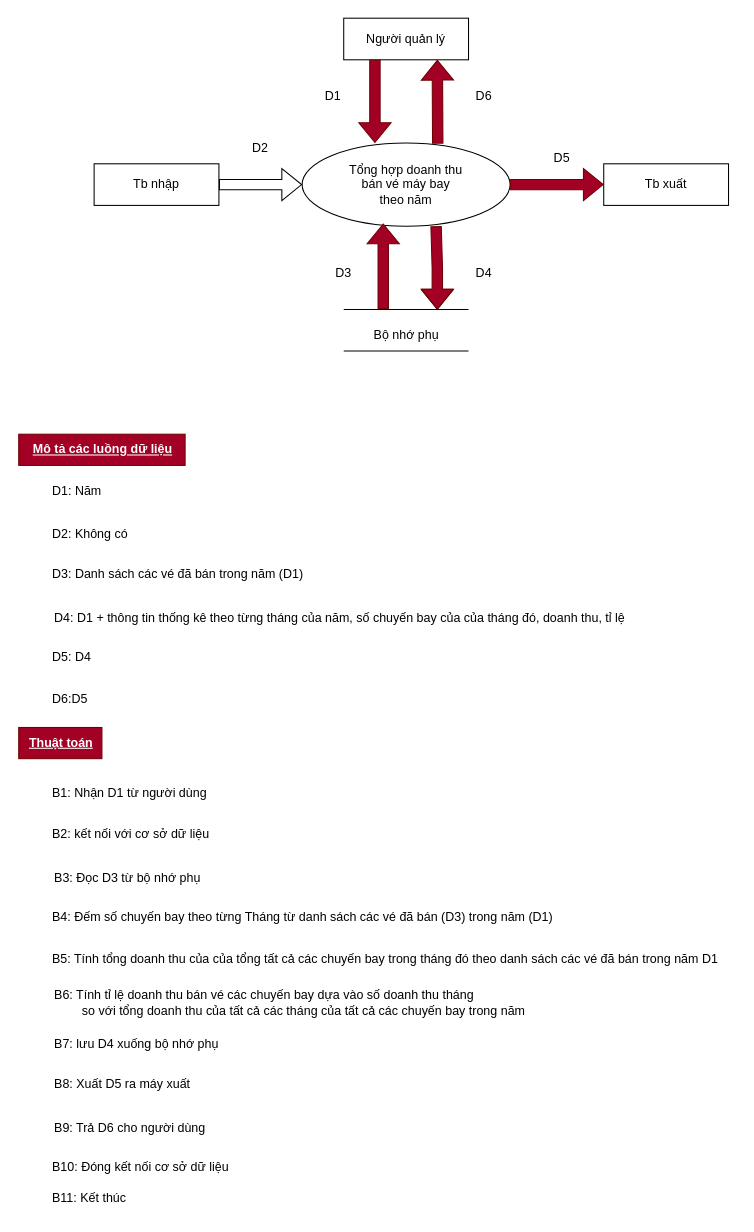
The draw.io diagram DFD/DFD_Drawio/yc5_c2_ket_xuat.drawio in phat9824/Flight_ticket_manegement, before the edit. Source tidied: cells renumbered, new cells numbered last; positions are measured from the earlier drawing's top-left corner, leaving out a move shared by most shapes. Both pictures are drawn from the tidied source at 104%, with x=0, y=0 at pixel (19, 18).
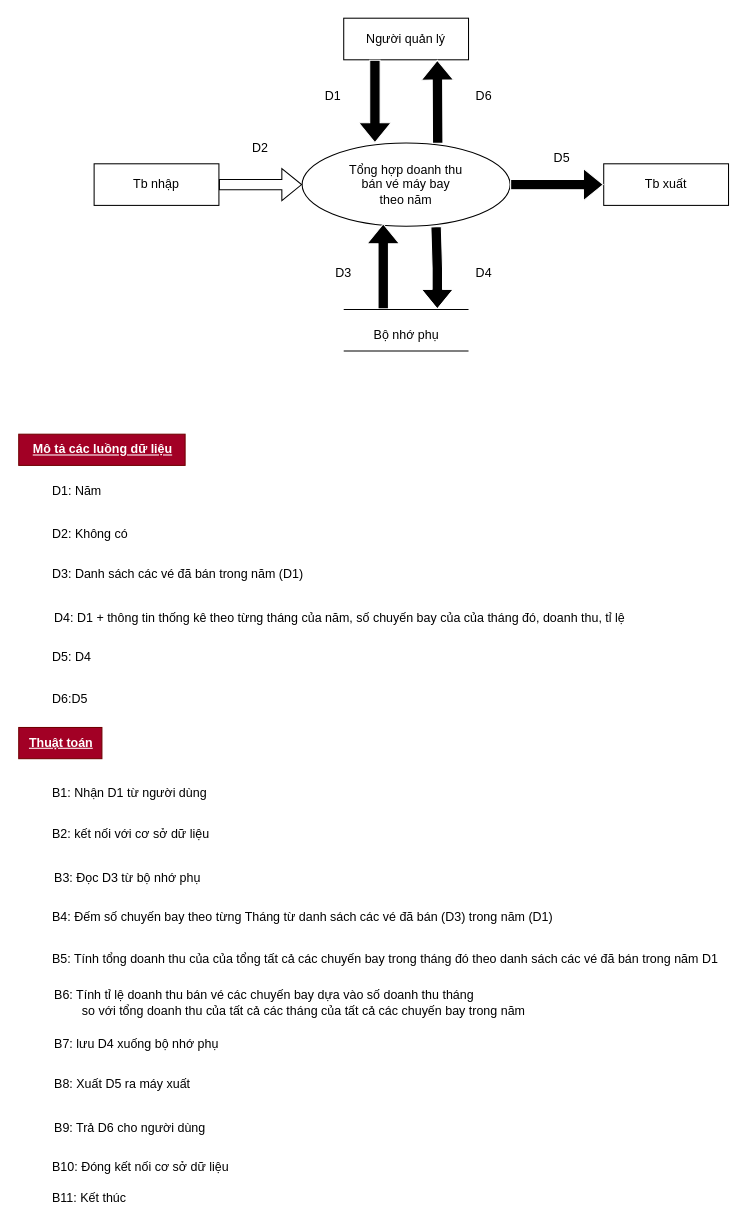
The same page after the edit.

Unchanged cells that the change refers to:
```xml
<mxCell id="3" value="Tổng hợp doanh thu&lt;br&gt;bán vé máy bay&lt;br&gt;theo năm" style="ellipse;whiteSpace=wrap;html=1;" parent="1" vertex="1">
  <mxGeometry x="272" y="120" width="200" height="80" as="geometry" />
</mxCell>
<mxCell id="4" value="Người quản lý" style="rounded=0;whiteSpace=wrap;html=1;" parent="1" vertex="1">
  <mxGeometry x="312" width="120" height="40" as="geometry" />
</mxCell>
```

Change to the diagram source:
```diff
@@
-    <mxCell id="7" style="shape=flexArrow;endArrow=classic;html=1;rounded=0;exitX=0.25;exitY=1;exitDx=0;exitDy=0;fillColor=#a20025;strokeColor=#6F0000;" parent="1" edge="1" source="4">
+    <mxCell id="7" style="shape=flexArrow;endArrow=classic;html=1;rounded=0;exitX=0.25;exitY=1;exitDx=0;exitDy=0;fillColor=#000000;strokeColor=#FFFFFF;" parent="1" edge="1" source="4">
       <mxGeometry relative="1" as="geometry">
         <mxPoint x="342" y="120" as="targetPoint" />
       </mxGeometry>
     </mxCell>
-    <mxCell id="8" style="shape=flexArrow;endArrow=classic;html=1;rounded=0;exitX=0.652;exitY=0.008;exitDx=0;exitDy=0;exitPerimeter=0;entryX=0.75;entryY=1;entryDx=0;entryDy=0;fillColor=#a20025;strokeColor=#6F0000;" parent="1" edge="1" source="3" target="4">
+    <mxCell id="8" style="shape=flexArrow;endArrow=classic;html=1;rounded=0;exitX=0.652;exitY=0.008;exitDx=0;exitDy=0;exitPerimeter=0;entryX=0.75;entryY=1;entryDx=0;entryDy=0;fillColor=#000000;strokeColor=#FFFFFF;" parent="1" edge="1" source="3" target="4">
       <mxGeometry relative="1" as="geometry" />
     </mxCell>
@@
-    <mxCell id="10" style="shape=flexArrow;endArrow=classic;html=1;rounded=0;fillColor=#a20025;strokeColor=#6F0000;" parent="1" edge="1" source="3">
+    <mxCell id="10" style="shape=flexArrow;endArrow=classic;html=1;rounded=0;fillColor=#000000;strokeColor=#FFFFFF;" parent="1" edge="1" source="3">
       <mxGeometry relative="1" as="geometry">
         <mxPoint x="562" y="160" as="targetPoint" />
       </mxGeometry>
     </mxCell>
-    <mxCell id="11" style="shape=flexArrow;endArrow=classic;html=1;rounded=0;exitX=0.644;exitY=0.997;exitDx=0;exitDy=0;exitPerimeter=0;fillColor=#a20025;strokeColor=#6F0000;" parent="1" edge="1">
+    <mxCell id="11" style="shape=flexArrow;endArrow=classic;html=1;rounded=0;exitX=0.644;exitY=0.997;exitDx=0;exitDy=0;exitPerimeter=0;fillColor=#000000;strokeColor=#FFFFFF;" parent="1" edge="1">
       <mxGeometry relative="1" as="geometry">
         <mxPoint x="400.8" y="200" as="sourcePoint" />
         <mxPoint x="402" y="280.2" as="targetPoint" />
         <Array as="points">
           <mxPoint x="402" y="240.2" />
           <mxPoint x="402" y="250.2" />
         </Array>
       </mxGeometry>
     </mxCell>
-    <mxCell id="12" style="shape=flexArrow;endArrow=classic;html=1;rounded=0;entryX=0.39;entryY=0.967;entryDx=0;entryDy=0;entryPerimeter=0;fillColor=#a20025;strokeColor=#6F0000;" parent="1" edge="1" target="3">
+    <mxCell id="12" style="shape=flexArrow;endArrow=classic;html=1;rounded=0;entryX=0.39;entryY=0.967;entryDx=0;entryDy=0;entryPerimeter=0;fillColor=#000000;strokeColor=#FFFFFF;" parent="1" edge="1" target="3">
       <mxGeometry relative="1" as="geometry">
         <mxPoint x="350" y="280" as="sourcePoint" />
       </mxGeometry>
     </mxCell>
```
